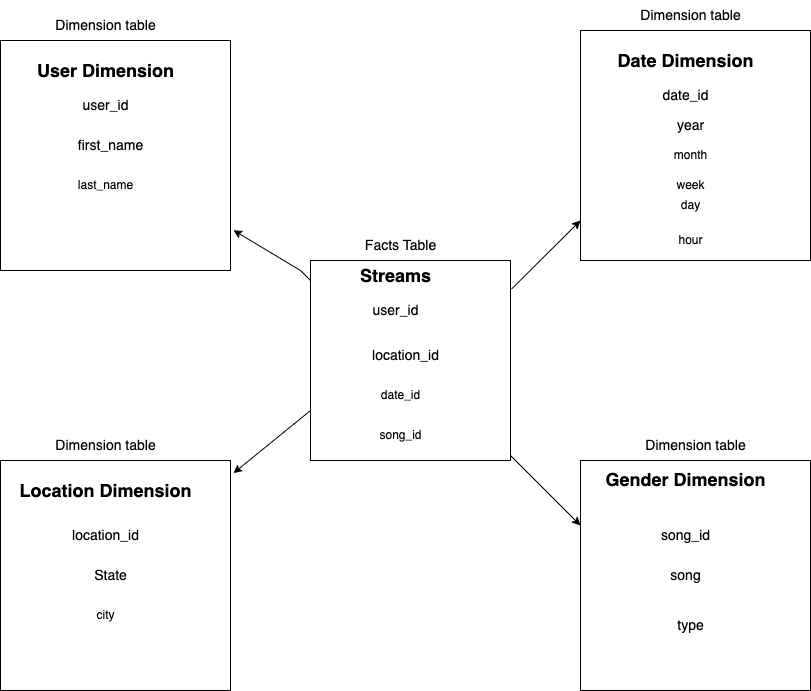
Before: data_model.png, a diagram exported from draw.io (Adedotun-Adepoju/music-streaming-pipeline). Source tidied: cells renumbered, new cells last; positions are measured from the earlier drawing's top-left corner, leaving out a move shared by most shapes.
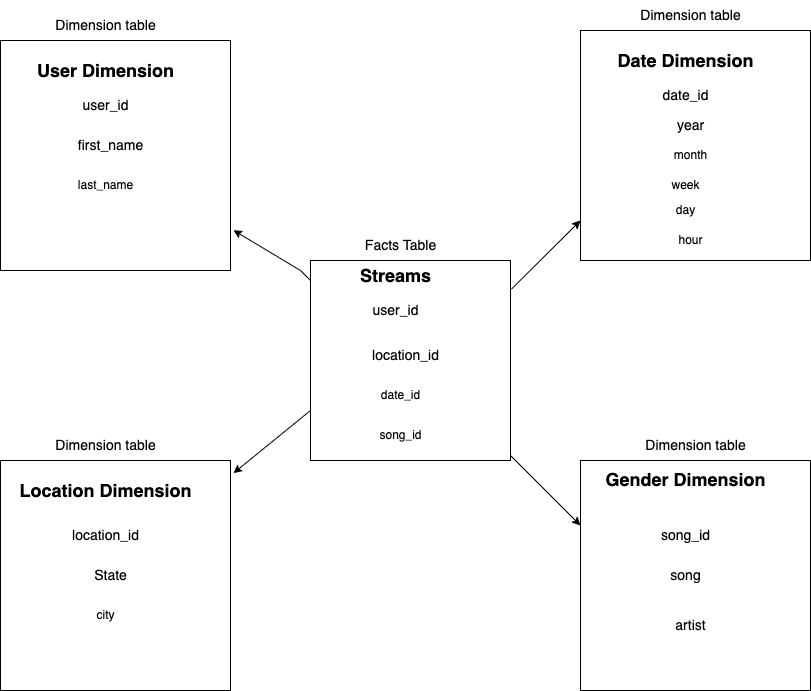
After the change.

The edit, as a diff of the source:
```diff
@@ -81,7 +81,7 @@
       <mxGeometry x="660" y="140" width="60" height="30" as="geometry" />
     </mxCell>
     <mxCell id="28" value="week" style="text;html=1;align=center;verticalAlign=middle;strokeColor=none;fillColor=none;" parent="1" vertex="1">
-      <mxGeometry x="665" y="170" width="50" height="30" as="geometry" />
+      <mxGeometry x="660" y="170" width="50" height="30" as="geometry" />
     </mxCell>
     <mxCell id="29" value="&lt;font style=&quot;font-size: 14px;&quot;&gt;Dimension table&lt;/font&gt;" style="text;html=1;align=center;verticalAlign=middle;strokeColor=none;fillColor=none;" parent="1" vertex="1">
       <mxGeometry x="635" y="430" width="120" height="30" as="geometry" />
@@ -119,12 +119,12 @@
       </mxGeometry>
     </mxCell>
     <mxCell id="37" value="day" style="text;html=1;align=center;verticalAlign=middle;strokeColor=none;fillColor=none;" parent="1" vertex="1">
-      <mxGeometry x="670" y="190" width="40" height="30" as="geometry" />
+      <mxGeometry x="665" y="195" width="40" height="30" as="geometry" />
     </mxCell>
     <mxCell id="38" value="hour" style="text;html=1;align=center;verticalAlign=middle;strokeColor=none;fillColor=none;" parent="1" vertex="1">
       <mxGeometry x="665" y="225" width="50" height="30" as="geometry" />
     </mxCell>
-    <mxCell id="39" value="&lt;font style=&quot;font-size: 14px;&quot;&gt;type&lt;/font&gt;" style="text;html=1;align=center;verticalAlign=middle;strokeColor=none;fillColor=none;" parent="1" vertex="1">
+    <mxCell id="39" value="&lt;span style=&quot;font-size: 14px;&quot;&gt;artist&lt;/span&gt;" style="text;html=1;align=center;verticalAlign=middle;strokeColor=none;fillColor=none;" parent="1" vertex="1">
       <mxGeometry x="665" y="610" width="50" height="30" as="geometry" />
     </mxCell>
   </root>
```
